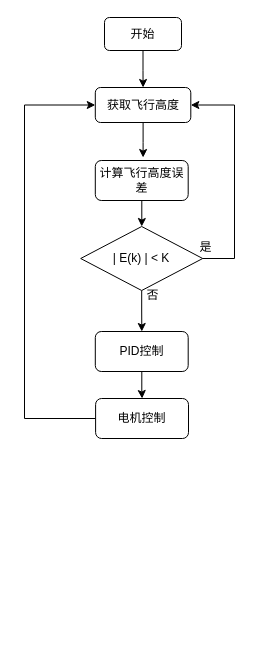
The draw.io diagram 智能无人系统设计/高度控制流程图.drawio in kurisaW/Graph_Store, before the edit. Source tidied: cells renumbered, new cells numbered last; positions are measured from the earlier drawing's top-left corner, leaving out a move shared by most shapes. Both pictures are drawn from the tidied source at 100%, with x=0, y=0 at pixel (24, 17).
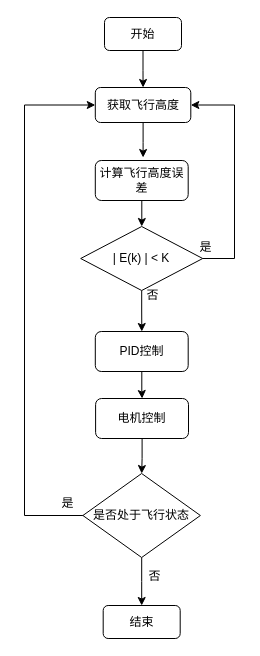
Above is the later version.

Commit message:
更新高度控制流程图.drawio

Unchanged cells that the change refers to:
```xml
<mxCell id="5" value="获取飞行高度" style="rounded=1;whiteSpace=wrap;html=1;" parent="1" vertex="1">
  <mxGeometry x="70.8" y="70" width="95.5" height="35" as="geometry" />
</mxCell>
<mxCell id="16" value="电机控制" style="whiteSpace=wrap;html=1;rounded=1;" parent="1" vertex="1">
  <mxGeometry x="71.1" y="381" width="92.9" height="40" as="geometry" />
</mxCell>
```

Change to the diagram source:
```diff
@@
-    <mxCell id="15" style="edgeStyle=orthogonalEdgeStyle;rounded=0;jettySize=auto;html=1;entryX=0;entryY=0.5;entryDx=0;entryDy=0;" parent="1" edge="1" source="16" target="5">
+    <mxCell id="15" style="edgeStyle=orthogonalEdgeStyle;rounded=0;jettySize=auto;html=1;entryX=0;entryY=0.5;entryDx=0;entryDy=0;exitX=0;exitY=0.5;exitDx=0;exitDy=0;" parent="1" edge="1" source="19" target="5">
       <mxGeometry relative="1" as="geometry">
         <Array as="points">
-          <mxPoint y="401" />
+          <mxPoint y="498" />
           <mxPoint y="88" />
         </Array>
       </mxGeometry>
     </mxCell>
+    <mxCell id="17" style="edgeStyle=orthogonalEdgeStyle;rounded=0;jettySize=auto;html=1;" parent="1" edge="1" source="16" target="19">
+      <mxGeometry relative="1" as="geometry" />
+    </mxCell>
@@
+    <mxCell id="18" style="edgeStyle=orthogonalEdgeStyle;rounded=0;jettySize=auto;html=1;" parent="1" edge="1" source="19">
+      <mxGeometry relative="1" as="geometry">
+        <mxPoint x="117.2" y="588" as="targetPoint" />
+      </mxGeometry>
+    </mxCell>
+    <mxCell id="19" value="是否处于飞行状态" style="rhombus;whiteSpace=wrap;html=1;" parent="1" vertex="1">
+      <mxGeometry x="58.4" y="456" width="117.5" height="84" as="geometry" />
+    </mxCell>
+    <mxCell id="20" value="是" style="text;html=1;align=center;verticalAlign=middle;strokeColor=none;fillColor=none;" parent="1" vertex="1">
+      <mxGeometry x="28.4" y="473" width="30" height="26" as="geometry" />
+    </mxCell>
+    <mxCell id="21" value="否" style="text;html=1;align=center;verticalAlign=middle;strokeColor=none;fillColor=none;" parent="1" vertex="1">
+      <mxGeometry x="115" y="546" width="30" height="26" as="geometry" />
+    </mxCell>
+    <mxCell id="22" value="结束" style="rounded=1;whiteSpace=wrap;html=1;" parent="1" vertex="1">
+      <mxGeometry x="78.7" y="588" width="77" height="33" as="geometry" />
+    </mxCell>
```
